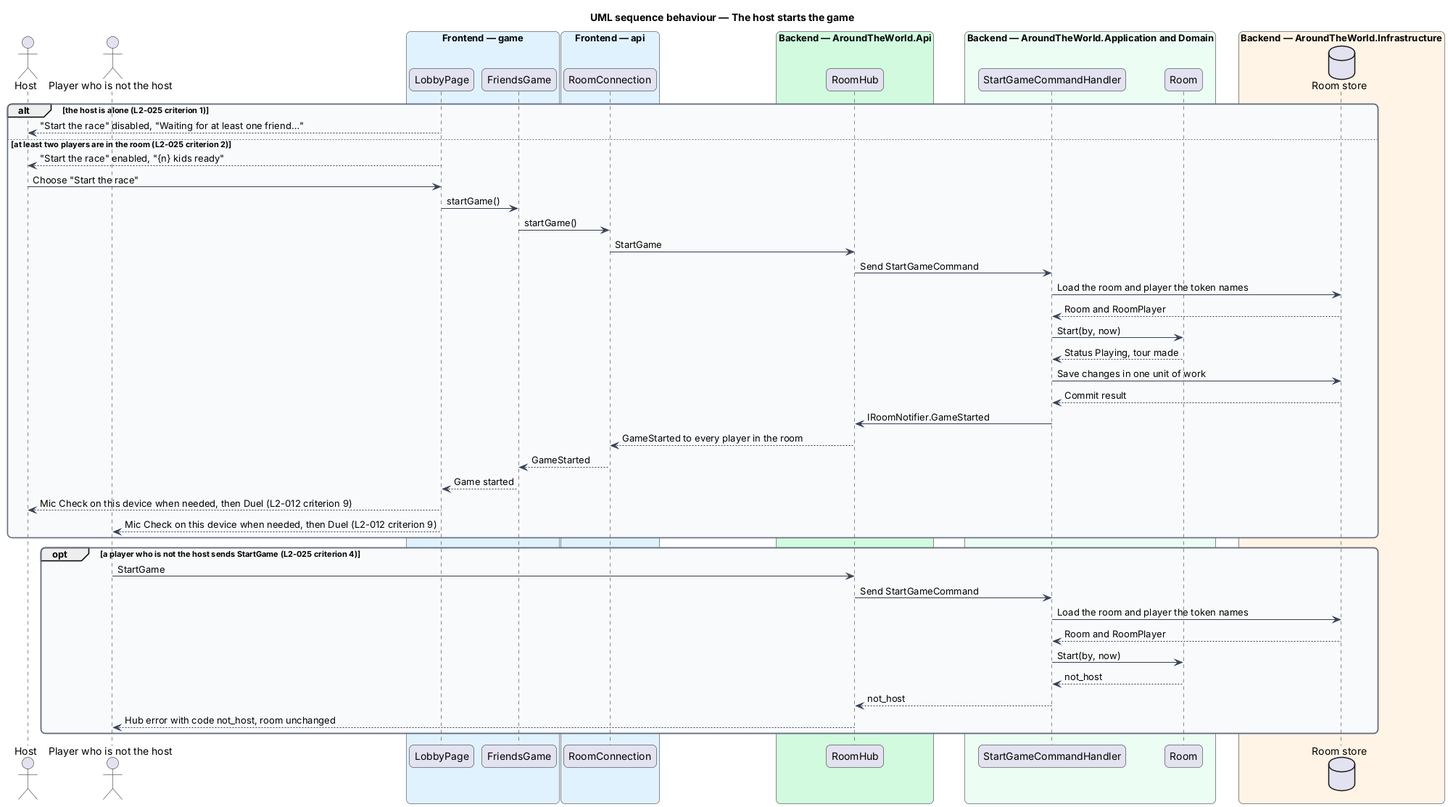
The PlantUML diagram docs/detailed-designs/rooms/wait-in-lobby/diagrams/sequence-start-game.png in QuinntyneBrown/around-the-world, before a commit. Its source is kept beside it as docs/detailed-designs/rooms/wait-in-lobby/diagrams/sequence-start-game.puml.
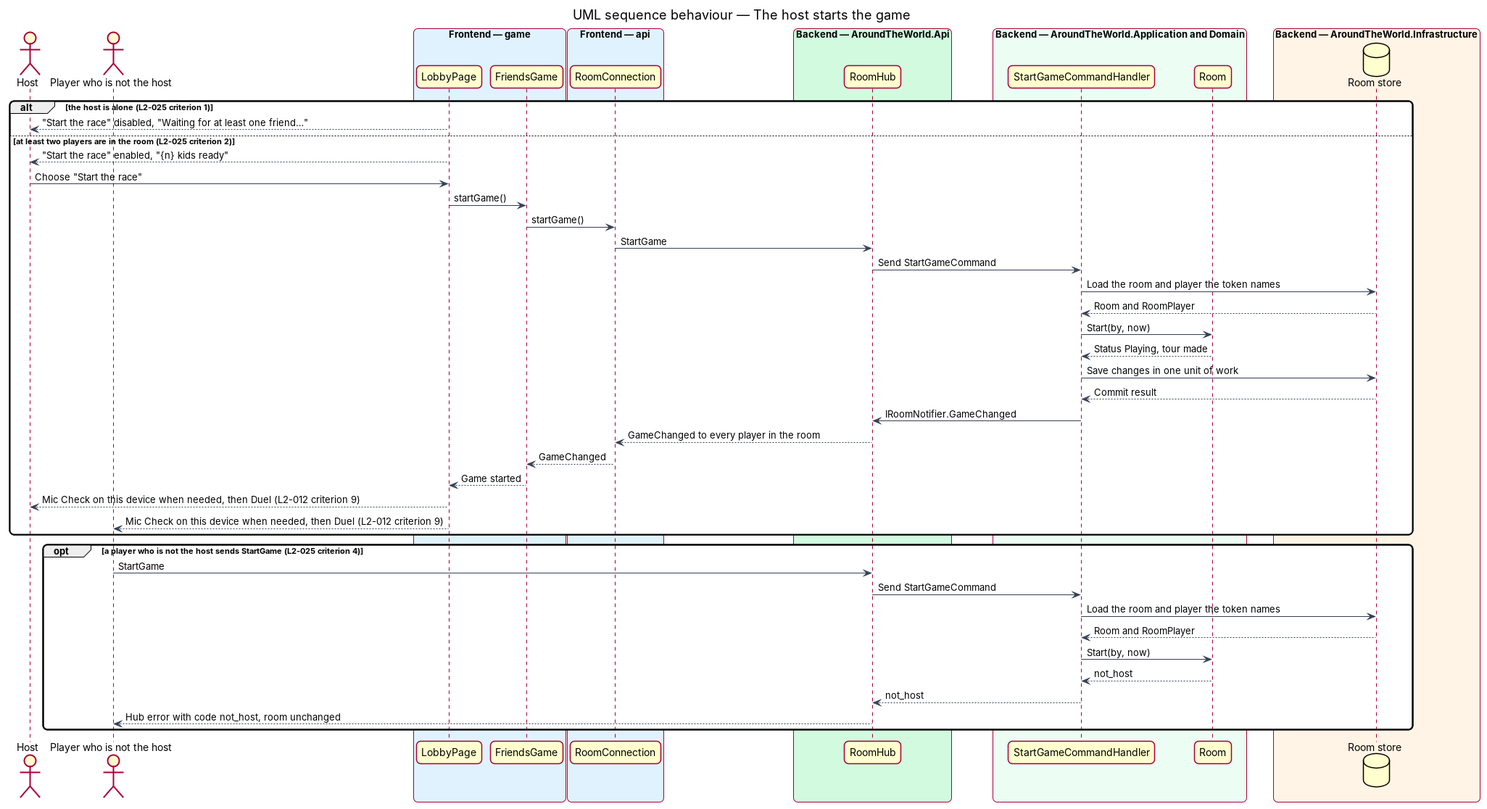
Later version of the same file.

Diff of the diagram source:
```diff
@@ -48,9 +48,9 @@
   room --> handler : Status Playing, tour made
   handler -> db : Save changes in one unit of work
   db --> handler : Commit result
-  handler -> hub : IRoomNotifier.GameStarted
-  hub --> conn : GameStarted to every player in the room
-  conn --> session : GameStarted
+  handler -> hub : IRoomNotifier.GameChanged
+  hub --> conn : GameChanged to every player in the room
+  conn --> session : GameChanged
   session --> page : Game started
   page --> actor : Mic Check on this device when needed, then Duel (L2-012 criterion 9)
   page --> other : Mic Check on this device when needed, then Duel (L2-012 criterion 9)
```
